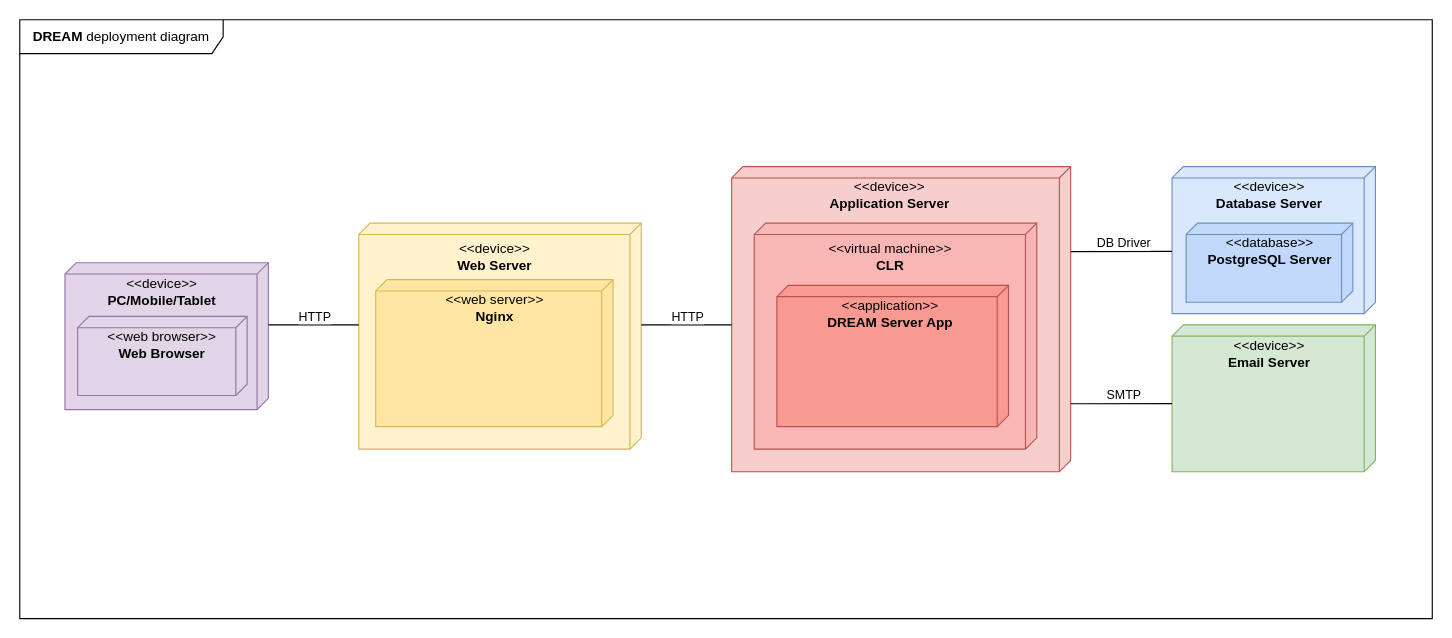
The draw.io diagram DD/uml/deployment/deployment.drawio in Astenna/DREAM, before the edit. Source tidied: cells renumbered, new cells numbered last; positions are measured from the earlier drawing's top-left corner, leaving out a move shared by most shapes. Both pictures are drawn from the tidied source at 113%, with x=0, y=0 at pixel (19, 19).
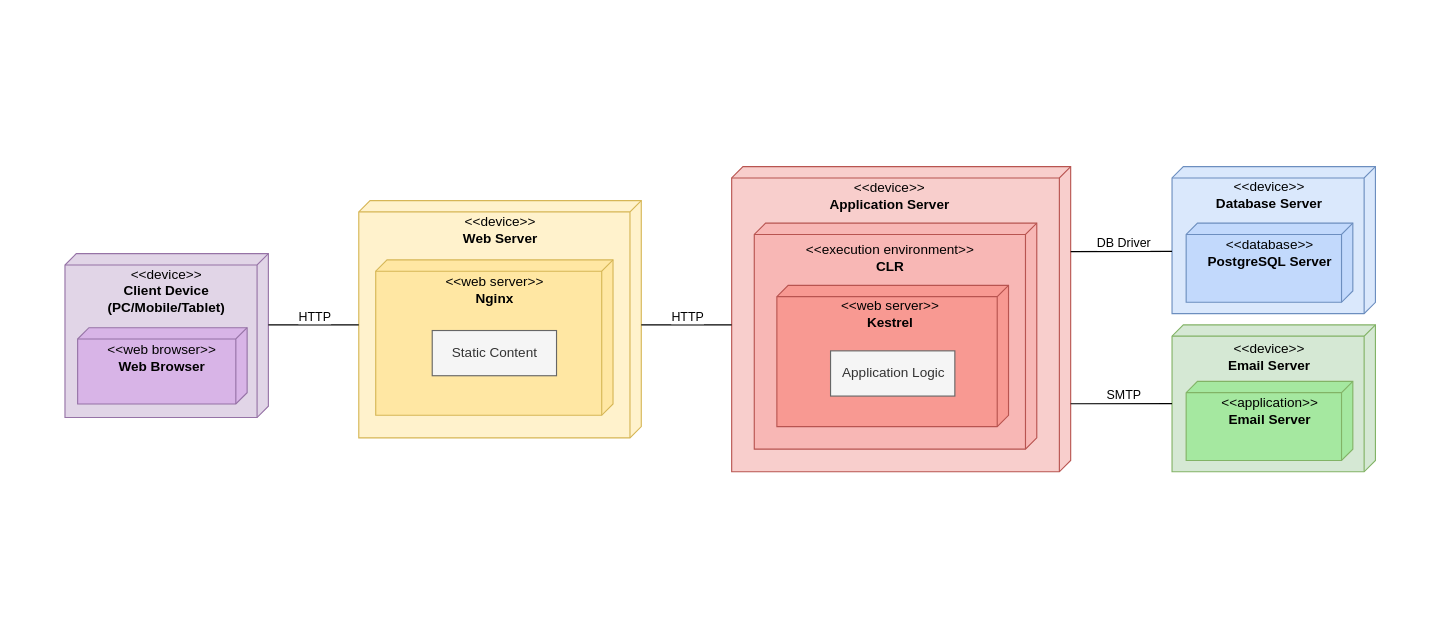
After the change.

What changed in the source:
```diff
@@
-    <mxCell id="2" value="&lt;b&gt;DREAM &lt;/b&gt;deployment diagram" style="shape=umlFrame;whiteSpace=wrap;html=1;width=180;height=30;" parent="1" vertex="1">
-      <mxGeometry width="1250" height="530" as="geometry" />
-    </mxCell>
@@
     <mxCell id="6" value="&amp;lt;&amp;lt;database&amp;gt;&amp;gt;&lt;br&gt;&lt;b&gt;PostgreSQL Server&lt;/b&gt;" style="text;html=1;strokeColor=none;fillColor=none;align=center;verticalAlign=middle;whiteSpace=wrap;rounded=0;fontFamily=Helvetica;" parent="1" vertex="1">
-      <mxGeometry x="1045.5" y="190" width="121" height="30" as="geometry" />
+      <mxGeometry x="1045.5" y="191" width="121" height="30" as="geometry" />
     </mxCell>
@@
     <mxCell id="8" value="&amp;lt;&amp;lt;device&amp;gt;&amp;gt;&lt;br&gt;&lt;b&gt;Application Server&lt;/b&gt;" style="text;html=1;strokeColor=none;fillColor=none;align=center;verticalAlign=middle;whiteSpace=wrap;rounded=0;fontFamily=Helvetica;" parent="1" vertex="1">
-      <mxGeometry x="715" y="140" width="110" height="30" as="geometry" />
+      <mxGeometry x="715" y="141" width="110" height="30" as="geometry" />
     </mxCell>
@@
-    <mxCell id="10" value="&amp;lt;&amp;lt;virtual machine&amp;gt;&amp;gt;&lt;br&gt;&lt;b&gt;CLR&lt;/b&gt;" style="text;html=1;strokeColor=none;fillColor=none;align=center;verticalAlign=middle;whiteSpace=wrap;rounded=0;fontFamily=Helvetica;" parent="1" vertex="1">
-      <mxGeometry x="687.5" y="195" width="165" height="30" as="geometry" />
+    <mxCell id="10" value="&amp;lt;&amp;lt;execution environment&amp;gt;&amp;gt;&lt;br&gt;&lt;b&gt;CLR&lt;/b&gt;" style="text;html=1;strokeColor=none;fillColor=none;align=center;verticalAlign=middle;whiteSpace=wrap;rounded=0;fontFamily=Helvetica;" parent="1" vertex="1">
+      <mxGeometry x="687.5" y="196" width="165" height="30" as="geometry" />
     </mxCell>
@@
-    <mxCell id="12" value="&amp;lt;&amp;lt;application&amp;gt;&amp;gt;&lt;br&gt;&lt;b&gt;DREAM Server App&lt;/b&gt;" style="text;html=1;strokeColor=none;fillColor=none;align=center;verticalAlign=middle;whiteSpace=wrap;rounded=0;fontFamily=Helvetica;" parent="1" vertex="1">
+    <mxCell id="12" value="&amp;lt;&amp;lt;web server&amp;gt;&amp;gt;&lt;br&gt;&lt;b&gt;Kestrel&lt;/b&gt;" style="text;html=1;strokeColor=none;fillColor=none;align=center;verticalAlign=middle;whiteSpace=wrap;rounded=0;fontFamily=Helvetica;" parent="1" vertex="1">
       <mxGeometry x="687.5" y="245" width="165" height="30" as="geometry" />
     </mxCell>
@@
     <mxCell id="16" value="&amp;lt;&amp;lt;device&amp;gt;&amp;gt;&lt;br&gt;&lt;b&gt;Email Server&lt;/b&gt;" style="text;html=1;strokeColor=none;fillColor=none;align=center;verticalAlign=middle;whiteSpace=wrap;rounded=0;fontFamily=Helvetica;" parent="1" vertex="1">
-      <mxGeometry x="1051" y="280.5" width="110" height="30" as="geometry" />
+      <mxGeometry x="1051" y="282.5" width="110" height="30" as="geometry" />
     </mxCell>
@@
     <mxCell id="19" style="verticalAlign=top;align=left;spacingTop=8;spacingLeft=2;spacingRight=12;shape=cube;size=10;direction=south;fontStyle=4;html=1;fontFamily=Helvetica;fillColor=#fff2cc;strokeColor=#d6b656;" parent="1" vertex="1">
-      <mxGeometry x="300" y="180" width="250" height="200" as="geometry" />
+      <mxGeometry x="300" y="160" width="250" height="210" as="geometry" />
     </mxCell>
     <mxCell id="20" value="&amp;lt;&amp;lt;device&amp;gt;&amp;gt;&lt;br&gt;&lt;b&gt;Web Server&lt;/b&gt;" style="text;html=1;strokeColor=none;fillColor=none;align=center;verticalAlign=middle;whiteSpace=wrap;rounded=0;fontFamily=Helvetica;" parent="1" vertex="1">
-      <mxGeometry x="337.5" y="195" width="165" height="30" as="geometry" />
+      <mxGeometry x="342.5" y="171" width="165" height="30" as="geometry" />
     </mxCell>
     <mxCell id="21" style="verticalAlign=top;align=left;spacingTop=8;spacingLeft=2;spacingRight=12;shape=cube;size=10;direction=south;fontStyle=4;html=1;fontFamily=Helvetica;fillColor=#FFE7A3;strokeColor=#d6b656;" parent="1" vertex="1">
-      <mxGeometry x="315" y="230" width="210" height="130" as="geometry" />
+      <mxGeometry x="315" y="212.5" width="210" height="137.5" as="geometry" />
     </mxCell>
     <mxCell id="22" value="&amp;lt;&amp;lt;web server&amp;gt;&amp;gt;&lt;br&gt;&lt;b&gt;Nginx&lt;/b&gt;" style="text;html=1;strokeColor=none;fillColor=none;align=center;verticalAlign=middle;whiteSpace=wrap;rounded=0;fontFamily=Helvetica;" parent="1" vertex="1">
-      <mxGeometry x="337.5" y="240" width="165" height="30" as="geometry" />
+      <mxGeometry x="337.5" y="223.5" width="165" height="30" as="geometry" />
     </mxCell>
@@
     <mxCell id="25" style="verticalAlign=top;align=left;spacingTop=8;spacingLeft=2;spacingRight=12;shape=cube;size=10;direction=south;fontStyle=4;html=1;fillColor=#e1d5e7;strokeColor=#9673a6;" parent="1" vertex="1">
-      <mxGeometry x="40" y="215" width="180" height="130" as="geometry" />
+      <mxGeometry x="40" y="207" width="180" height="145" as="geometry" />
     </mxCell>
-    <mxCell id="26" value="&amp;lt;&amp;lt;device&amp;gt;&amp;gt;&lt;br&gt;&lt;b&gt;PC/Mobile/Tablet&lt;/b&gt;" style="text;html=1;strokeColor=none;fillColor=none;align=center;verticalAlign=middle;whiteSpace=wrap;rounded=0;fontFamily=Helvetica;" parent="1" vertex="1">
-      <mxGeometry x="71.2" y="225.5" width="110" height="30" as="geometry" />
+    <mxCell id="26" value="&amp;lt;&amp;lt;device&amp;gt;&amp;gt;&lt;br&gt;&lt;b&gt;Client Device (PC/Mobile/Tablet)&lt;br&gt;&lt;/b&gt;" style="text;html=1;strokeColor=none;fillColor=none;align=center;verticalAlign=middle;whiteSpace=wrap;rounded=0;fontFamily=Helvetica;" parent="1" vertex="1">
+      <mxGeometry x="75" y="225" width="110" height="30" as="geometry" />
     </mxCell>
-    <mxCell id="27" style="verticalAlign=top;align=left;spacingTop=8;spacingLeft=2;spacingRight=12;shape=cube;size=10;direction=south;fontStyle=4;html=1;fillColor=#e1d5e7;strokeColor=#9673a6;" parent="1" vertex="1">
-      <mxGeometry x="51.2" y="262.5" width="150" height="70" as="geometry" />
+    <mxCell id="27" style="verticalAlign=top;align=left;spacingTop=8;spacingLeft=2;spacingRight=12;shape=cube;size=10;direction=south;fontStyle=4;html=1;fillColor=#D8B4E7;strokeColor=#9673a6;" parent="1" vertex="1">
+      <mxGeometry x="51.2" y="272.5" width="150" height="67.5" as="geometry" />
     </mxCell>
     <mxCell id="28" value="&amp;lt;&amp;lt;web browser&amp;gt;&amp;gt;&lt;br&gt;&lt;b&gt;Web Browser&lt;/b&gt;" style="text;html=1;strokeColor=none;fillColor=none;align=center;verticalAlign=middle;whiteSpace=wrap;rounded=0;fontFamily=Helvetica;" parent="1" vertex="1">
-      <mxGeometry x="71.2" y="273" width="110" height="30" as="geometry" />
+      <mxGeometry x="71.2" y="284" width="110" height="30" as="geometry" />
     </mxCell>
@@
+    <mxCell id="31" style="verticalAlign=top;align=left;spacingTop=8;spacingLeft=2;spacingRight=12;shape=cube;size=10;direction=south;fontStyle=4;html=1;fillColor=#A5E8A0;strokeColor=#82b366;" parent="1" vertex="1">
+      <mxGeometry x="1032.2" y="320" width="147.5" height="70" as="geometry" />
+    </mxCell>
+    <mxCell id="32" value="&amp;lt;&amp;lt;application&amp;gt;&amp;gt;&lt;br&gt;&lt;b&gt;Email Server&lt;/b&gt;" style="text;html=1;strokeColor=none;fillColor=none;align=center;verticalAlign=middle;whiteSpace=wrap;rounded=0;fontFamily=Helvetica;" parent="1" vertex="1">
+      <mxGeometry x="1045.5" y="331" width="121" height="30" as="geometry" />
+    </mxCell>
+    <mxCell id="33" value="Static Content" style="html=1;fontFamily=Helvetica;fillColor=#f5f5f5;fontColor=#333333;strokeColor=#666666;" parent="1" vertex="1">
+      <mxGeometry x="365" y="275" width="110" height="40" as="geometry" />
+    </mxCell>
+    <mxCell id="34" value="Application Logic" style="html=1;fontFamily=Helvetica;fillColor=#f5f5f5;fontColor=#333333;strokeColor=#666666;" parent="1" vertex="1">
+      <mxGeometry x="717.5" y="293" width="110" height="40" as="geometry" />
+    </mxCell>
```
